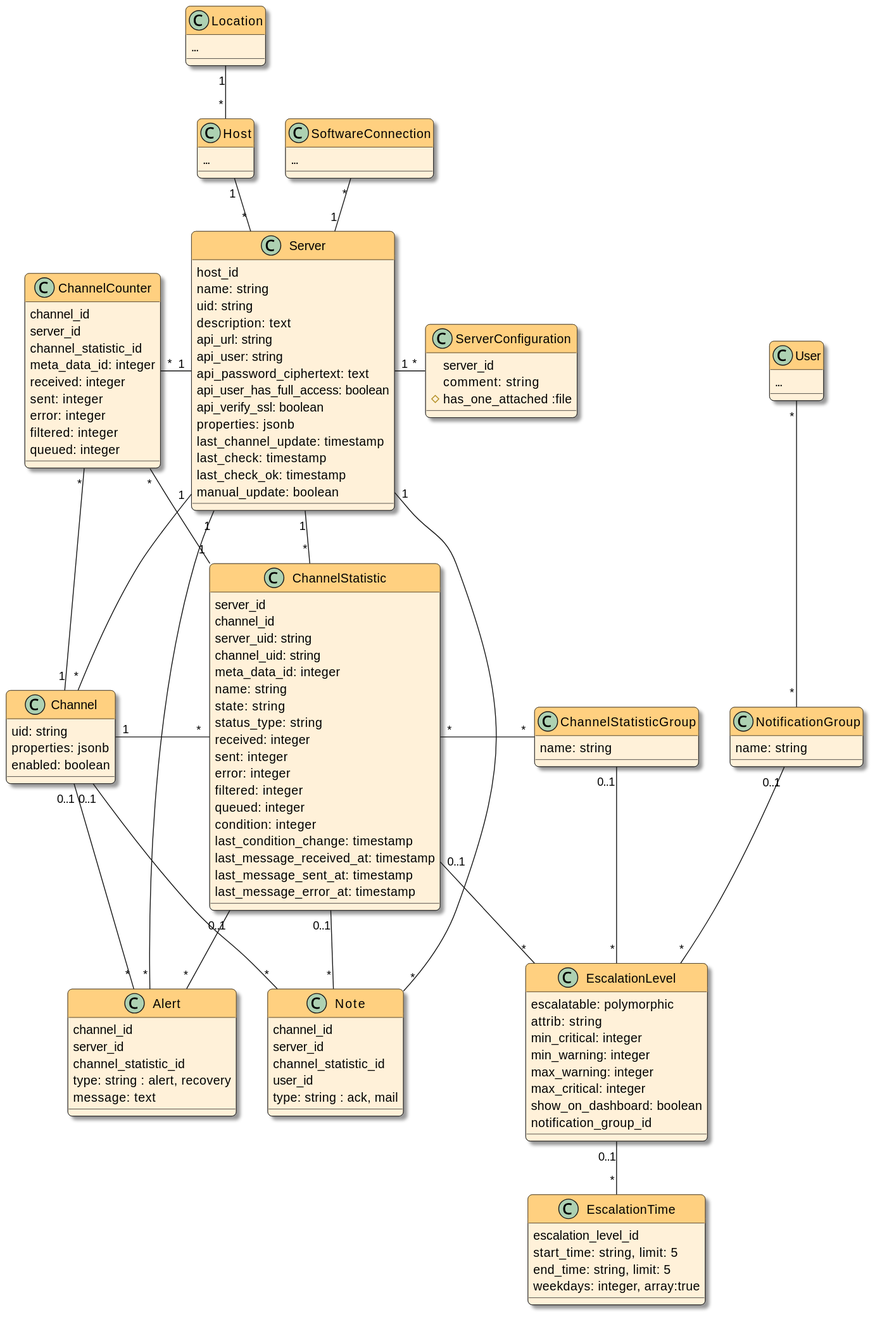
Earlier version of the PlantUML export docsrc/devnotes/modules/ROOT/images/models.svg (swobspace/mirco).
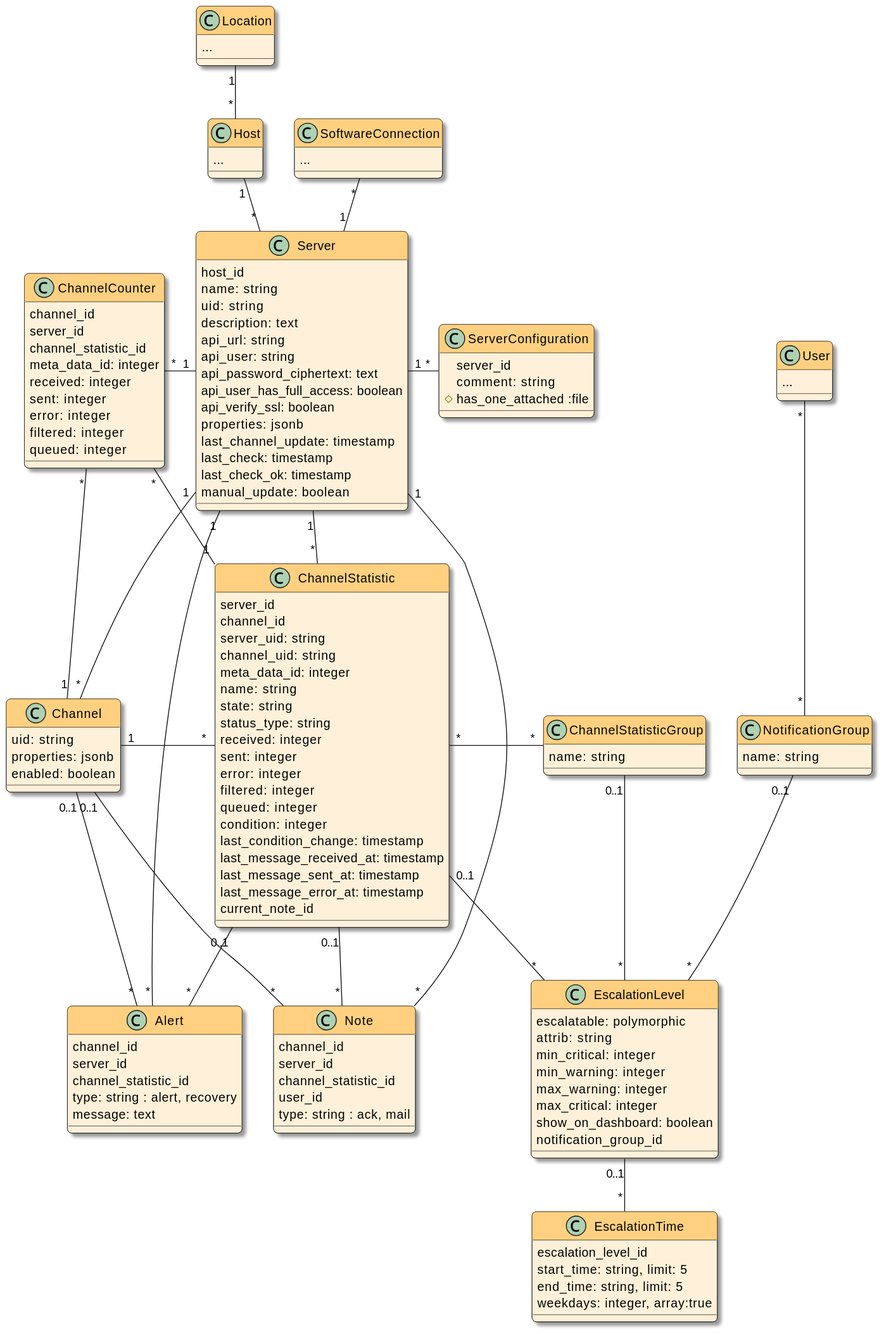
Above is the later version.

Commit message:
add current_note_id to channel_statistic

The edit, as a diff of the source:
```diff
@@ -59,6 +59,7 @@
   last_message_received_at: timestamp
   last_message_sent_at: timestamp
   last_message_error_at: timestamp
+  current_note_id
 }
 
 class ChannelStatisticGroup {
```
